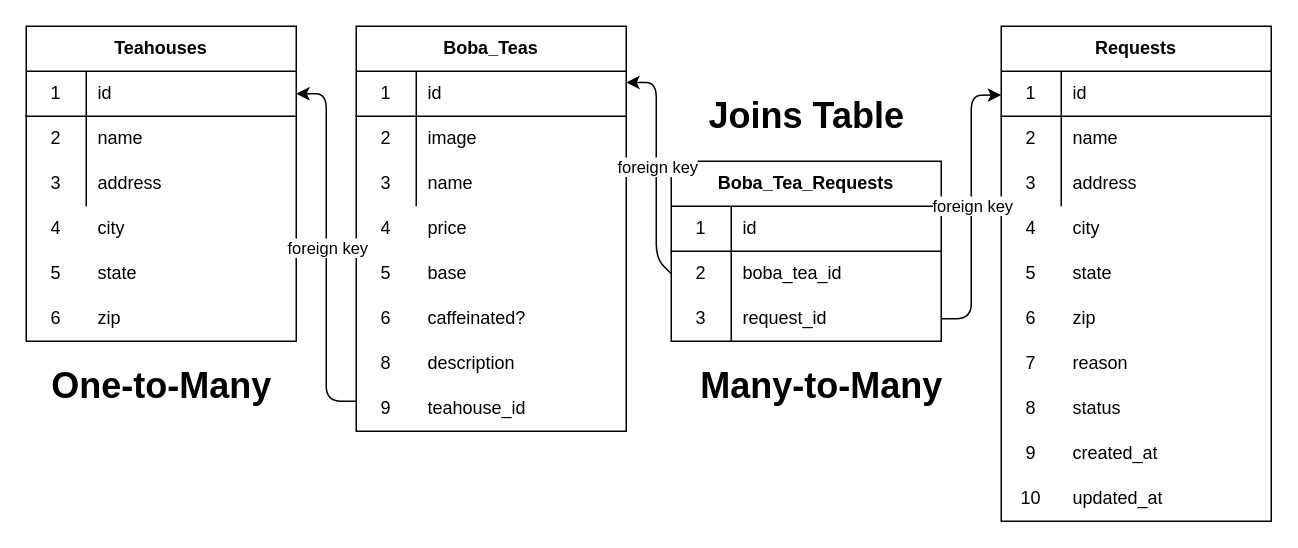
cowens87/lotus_flower_bomb keeps this draw.io diagram as lotus_flower_bomb.drawio. Above is the earlier version. Source tidied: cells renumbered, new cells numbered last; positions are measured from the earlier drawing's top-left corner, leaving out a move shared by most shapes. Both pictures are drawn from the tidied source at 150%, with x=0, y=0 at pixel (26, 26).
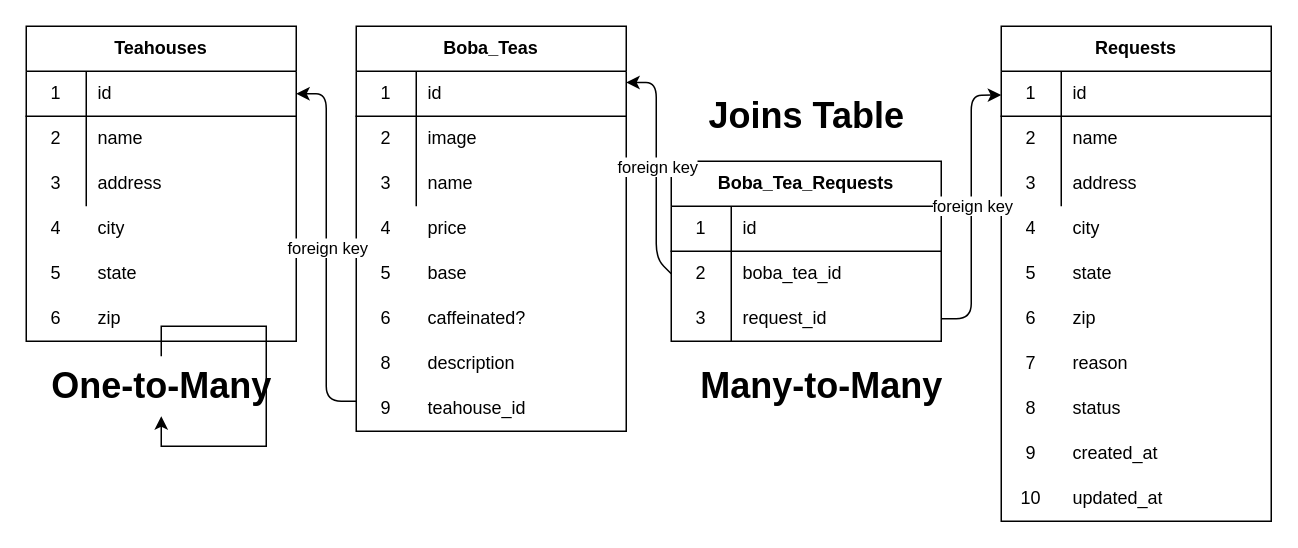
After the change.

Unchanged cells that the change refers to:
```xml
<mxCell id="40" value="One-to-Many" style="text;strokeColor=none;fillColor=none;html=1;fontSize=24;fontStyle=1;verticalAlign=middle;align=center;" parent="1" vertex="1">
  <mxGeometry x="40" y="220" width="100" height="40" as="geometry" />
</mxCell>
```

The edit, as a diff of the source:
```diff
@@
+    <mxCell id="81" style="edgeStyle=orthogonalEdgeStyle;rounded=0;orthogonalLoop=1;jettySize=auto;html=1;exitX=0.5;exitY=0;exitDx=0;exitDy=0;" parent="1" edge="1" source="40" target="40">
+      <mxGeometry relative="1" as="geometry" />
+    </mxCell>
```
